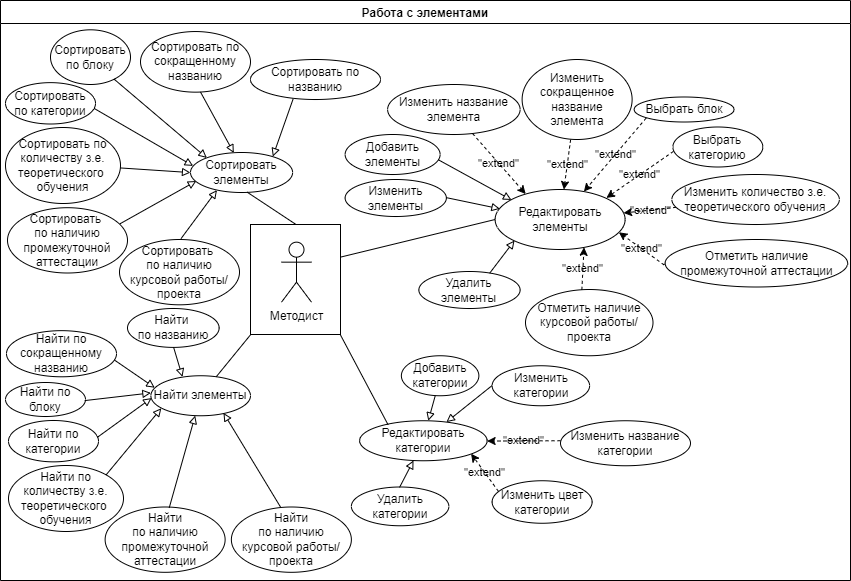
Above: UC_Bloks/Use_case_word_with_disciplines.drawio.png in iCosmos76/Curriculum-Designer (draw.io), before the change. Source tidied: cells renumbered, new cells last; positions are measured from the earlier drawing's top-left corner, leaving out a move shared by most shapes.
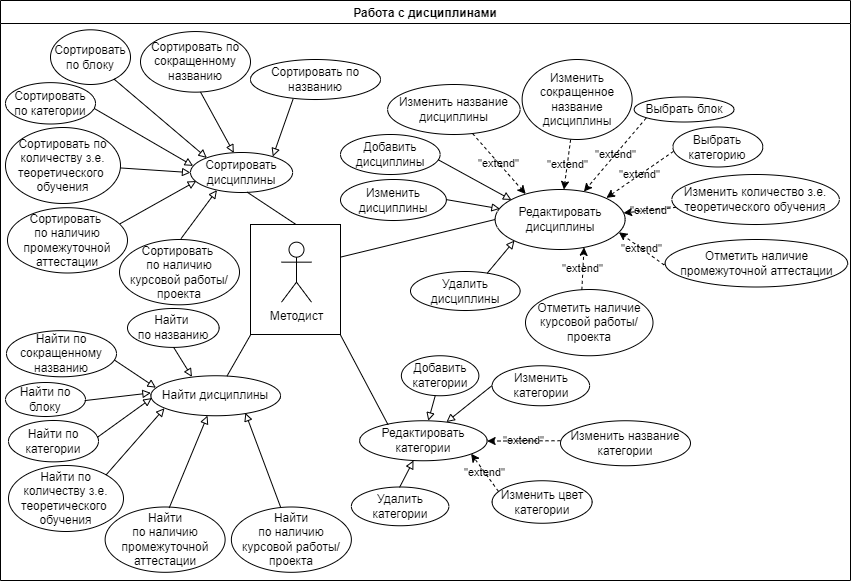
After the change.

Diff of the diagram source:
```diff
@@ -8,7 +8,7 @@
     <mxCell id="3" style="endArrow=none;html=1;rounded=0;entryX=0;entryY=0.5;entryDx=0;entryDy=0;exitX=1.003;exitY=0.296;exitDx=0;exitDy=0;exitPerimeter=0;" parent="1" edge="1" source="2" target="17">
       <mxGeometry relative="1" as="geometry" />
     </mxCell>
-    <mxCell id="4" value="Работа с элементами" style="swimlane;" parent="1" vertex="1">
+    <mxCell id="4" value="Работа с дисциплинами" style="swimlane;" parent="1" vertex="1">
       <mxGeometry width="850" height="580" as="geometry" />
     </mxCell>
     <mxCell id="5" style="endArrow=block;html=1;rounded=0;labelBorderColor=none;endFill=0;exitX=0.411;exitY=0.005;exitDx=0;exitDy=0;exitPerimeter=0;entryX=0.729;entryY=0.929;entryDx=0;entryDy=0;entryPerimeter=0;" parent="4" edge="1" source="53" target="39">
@@ -47,13 +47,13 @@
     <mxCell id="16" value="&quot;extend&quot;" style="endArrow=classic;html=1;rounded=0;dashed=1;labelBackgroundColor=none;entryX=0.874;entryY=0.823;entryDx=0;entryDy=0;entryPerimeter=0;exitX=0.063;exitY=0.249;exitDx=0;exitDy=0;exitPerimeter=0;" parent="4" edge="1" source="14" target="7">
       <mxGeometry relative="1" as="geometry" />
     </mxCell>
-    <mxCell id="17" value="Редактировать элементы" style="ellipse;whiteSpace=wrap;html=1;" parent="4" vertex="1">
+    <mxCell id="17" value="Редактировать дисциплины" style="ellipse;whiteSpace=wrap;html=1;" parent="4" vertex="1">
       <mxGeometry x="494.6" y="189" width="130" height="60" as="geometry" />
     </mxCell>
     <mxCell id="18" value="Выбрать блок" style="ellipse;whiteSpace=wrap;html=1;" parent="4" vertex="1">
       <mxGeometry x="633.6" y="96.5" width="100" height="25" as="geometry" />
     </mxCell>
-    <mxCell id="19" value="Изменить название элемента" style="ellipse;whiteSpace=wrap;html=1;" parent="4" vertex="1">
+    <mxCell id="19" value="Изменить название дисциплины" style="ellipse;whiteSpace=wrap;html=1;" parent="4" vertex="1">
       <mxGeometry x="387.1" y="84" width="132.5" height="50" as="geometry" />
     </mxCell>
     <mxCell id="20" value="Изменить количество з.е.&lt;br&gt;теоретического обучения" style="ellipse;whiteSpace=wrap;html=1;" parent="4" vertex="1">
@@ -71,7 +71,7 @@
     <mxCell id="24" value="&quot;extend&quot;" style="endArrow=classic;html=1;rounded=0;dashed=1;exitX=0.442;exitY=0.005;exitDx=0;exitDy=0;entryX=0.684;entryY=0.964;entryDx=0;entryDy=0;entryPerimeter=0;labelBackgroundColor=none;exitPerimeter=0;" parent="4" edge="1" source="23" target="17">
       <mxGeometry relative="1" as="geometry" />
     </mxCell>
-    <mxCell id="25" value="Изменить сокращенное название элемента" style="ellipse;whiteSpace=wrap;html=1;" parent="4" vertex="1">
+    <mxCell id="25" value="Изменить сокращенное название дисциплины" style="ellipse;whiteSpace=wrap;html=1;" parent="4" vertex="1">
       <mxGeometry x="521.6" y="59" width="110" height="80" as="geometry" />
     </mxCell>
     <mxCell id="26" value="&quot;extend&quot;" style="endArrow=classic;html=1;rounded=0;dashed=1;labelBackgroundColor=none;exitX=-0.005;exitY=0.537;exitDx=0;exitDy=0;exitPerimeter=0;entryX=0.952;entryY=0.713;entryDx=0;entryDy=0;entryPerimeter=0;" parent="4" edge="1" source="38" target="17">
@@ -89,11 +89,11 @@
     <mxCell id="30" value="&quot;extend&quot;" style="endArrow=classic;html=1;rounded=0;dashed=1;labelBackgroundColor=none;" parent="4" edge="1" source="20" target="17">
       <mxGeometry relative="1" as="geometry" />
     </mxCell>
-    <mxCell id="31" value="Добавить элементы" style="ellipse;whiteSpace=wrap;html=1;" parent="4" vertex="1">
-      <mxGeometry x="344.6" y="134" width="95" height="40" as="geometry" />
+    <mxCell id="31" value="Добавить дисциплины" style="ellipse;whiteSpace=wrap;html=1;" parent="4" vertex="1">
+      <mxGeometry x="340" y="134" width="99.6" height="40" as="geometry" />
     </mxCell>
-    <mxCell id="32" value="Изменить элементы" style="ellipse;whiteSpace=wrap;html=1;" parent="4" vertex="1">
-      <mxGeometry x="344.6" y="179" width="101.2" height="37" as="geometry" />
+    <mxCell id="32" value="Изменить дисциплины" style="ellipse;whiteSpace=wrap;html=1;" parent="4" vertex="1">
+      <mxGeometry x="340" y="179" width="105.9" height="41" as="geometry" />
     </mxCell>
     <mxCell id="33" style="endArrow=block;html=1;rounded=0;labelBorderColor=none;endFill=0;exitX=0.982;exitY=0.633;exitDx=0;exitDy=0;exitPerimeter=0;entryX=0.126;entryY=0.174;entryDx=0;entryDy=0;entryPerimeter=0;" parent="4" edge="1" source="31" target="17">
       <mxGeometry relative="1" as="geometry" />
@@ -101,8 +101,8 @@
     <mxCell id="34" style="endArrow=block;html=1;rounded=0;labelBorderColor=none;endFill=0;exitX=1.001;exitY=0.491;exitDx=0;exitDy=0;exitPerimeter=0;entryX=0.037;entryY=0.322;entryDx=0;entryDy=0;entryPerimeter=0;" parent="4" edge="1" source="32" target="17">
       <mxGeometry relative="1" as="geometry" />
     </mxCell>
-    <mxCell id="35" value="Удалить элементы" style="ellipse;whiteSpace=wrap;html=1;" parent="4" vertex="1">
-      <mxGeometry x="418.4" y="271" width="101.2" height="37" as="geometry" />
+    <mxCell id="35" value="Удалить дисциплины" style="ellipse;whiteSpace=wrap;html=1;" parent="4" vertex="1">
+      <mxGeometry x="410" y="271" width="109.6" height="39" as="geometry" />
     </mxCell>
     <mxCell id="36" style="endArrow=block;html=1;rounded=0;labelBorderColor=none;endFill=0;exitX=0.699;exitY=0.047;exitDx=0;exitDy=0;exitPerimeter=0;entryX=0.149;entryY=0.851;entryDx=0;entryDy=0;entryPerimeter=0;" parent="4" edge="1" source="35" target="17">
       <mxGeometry relative="1" as="geometry" />
@@ -113,10 +113,10 @@
     <mxCell id="38" value="Отметить наличие промежуточной аттестации" style="ellipse;whiteSpace=wrap;html=1;" parent="4" vertex="1">
       <mxGeometry x="664.6" y="239" width="182.5" height="47.5" as="geometry" />
     </mxCell>
-    <mxCell id="39" value="Найти элементы" style="ellipse;whiteSpace=wrap;html=1;" parent="4" vertex="1">
-      <mxGeometry x="150.4" y="375.2" width="99.6" height="40" as="geometry" />
+    <mxCell id="39" value="Найти дисциплины" style="ellipse;whiteSpace=wrap;html=1;" parent="4" vertex="1">
+      <mxGeometry x="150.4" y="375.2" width="129.6" height="40" as="geometry" />
     </mxCell>
-    <mxCell id="40" value="Сортировать элементы" style="ellipse;whiteSpace=wrap;html=1;" parent="4" vertex="1">
+    <mxCell id="40" value="Сортировать дисциплины" style="ellipse;whiteSpace=wrap;html=1;" parent="4" vertex="1">
       <mxGeometry x="190" y="152" width="102.1" height="40" as="geometry" />
     </mxCell>
     <mxCell id="41" value="Сортировать по названию" style="ellipse;whiteSpace=wrap;html=1;" parent="4" vertex="1">
```
